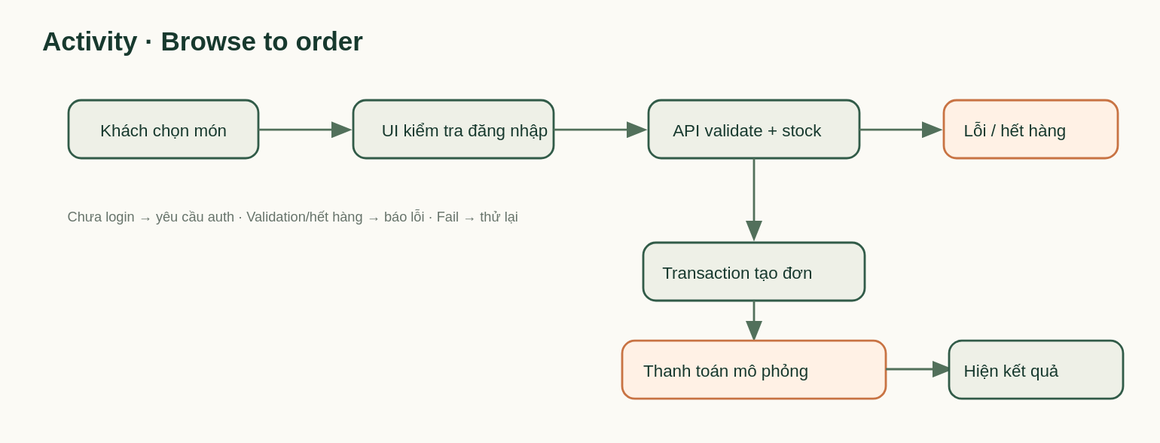
This is docs/diagrams/activity-checkout.svg from Myngoc09/assignment2_brewlite, a PlantUML export, as it was before one commit. Its source is kept beside it as docs/diagrams/activity-checkout.puml. Its diagram source:
```plantuml
@startuml
|Khách hàng|
start
:Xem menu;
:Chọn món, size, topping;
|Next.js UI|
if (Đăng nhập?) then (chưa)
:Yêu cầu đăng nhập;
|Khách hàng|
:Đăng nhập;
|Next.js UI|
endif
|NestJS API|
:Validate JWT, dữ liệu, tồn;
if (Hợp lệ và còn hàng?) then (có)
:Ghi order và trừ tồn
trong transaction;
if (Thanh toán thành công?) then (có)
:Cập nhật CONFIRMED;
|Khách hàng|
:Hiện mã đơn;
else (không)
:Cập nhật PAYMENT_FAILED;
|Khách hàng|
:Hiện lỗi / thử lại;
endif
else (không)
if (Hết hàng?) then (có)
:Thông báo hết hàng;
else (không)
:Thông báo dữ liệu lỗi;
endif
endif
stop
@enduml
```
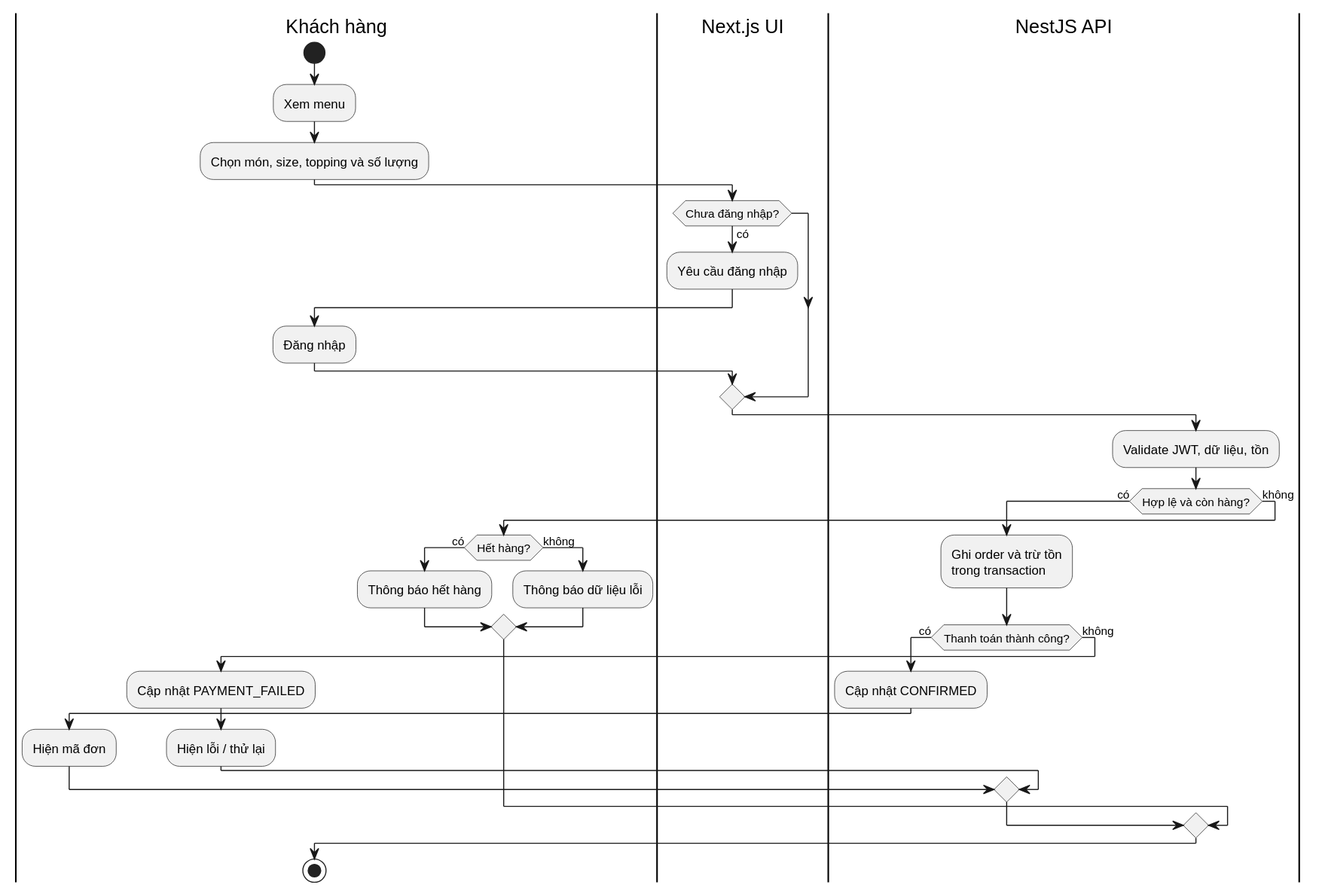
The same file after the commit.

The edit, as a diff of the source:
```diff
@@ -2,9 +2,9 @@
 |Khách hàng|
 start
 :Xem menu;
-:Chọn món, size, topping;
+:Chọn món, size, topping và số lượng;
 |Next.js UI|
-if (Đăng nhập?) then (chưa)
+if (Chưa đăng nhập?) then (có)
 :Yêu cầu đăng nhập;
 |Khách hàng|
 :Đăng nhập;
```
